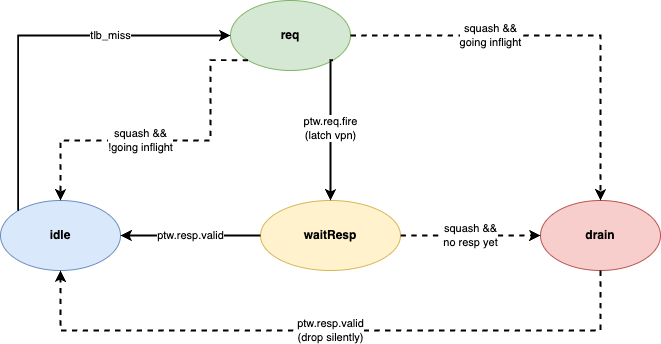
KINGFIOX/hitsz-bachelor-typst keeps this draw.io diagram as main/images/ifu-ptw-fsm.png. Above is the earlier version. Source tidied: cells renumbered, new cells last; positions are measured from the earlier drawing's top-left corner, leaving out a move shared by most shapes.
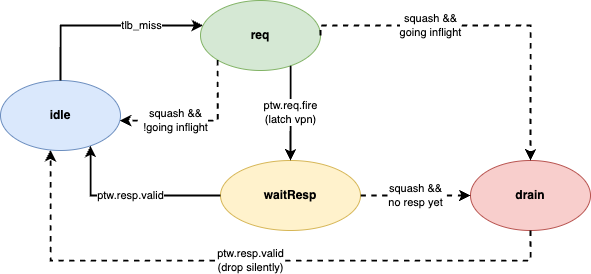
The same file after the commit.

What changed in the source:
```diff
@@ -3,64 +3,63 @@
     <mxCell id="0" />
     <mxCell id="1" parent="0" />
     <mxCell id="2" value="idle" style="ellipse;whiteSpace=wrap;html=1;fillColor=#dae8fc;strokeColor=#6c8ebf;fontStyle=1;" parent="1" vertex="1">
-      <mxGeometry y="200" width="120" height="70" as="geometry" />
+      <mxGeometry x="20" y="90" width="120" height="70" as="geometry" />
     </mxCell>
     <mxCell id="3" value="req" style="ellipse;whiteSpace=wrap;html=1;fillColor=#d5e8d4;strokeColor=#82b366;fontStyle=1;" parent="1" vertex="1">
-      <mxGeometry x="230" width="120" height="70" as="geometry" />
+      <mxGeometry x="220" y="10" width="120" height="70" as="geometry" />
     </mxCell>
     <mxCell id="4" value="waitResp" style="ellipse;whiteSpace=wrap;html=1;fillColor=#fff2cc;strokeColor=#d6b656;fontStyle=1;" parent="1" vertex="1">
-      <mxGeometry x="260" y="200" width="140" height="70" as="geometry" />
+      <mxGeometry x="240" y="170" width="140" height="70" as="geometry" />
     </mxCell>
     <mxCell id="5" value="drain" style="ellipse;whiteSpace=wrap;html=1;fillColor=#f8cecc;strokeColor=#b85450;fontStyle=1;" parent="1" vertex="1">
-      <mxGeometry x="540" y="200" width="120" height="70" as="geometry" />
+      <mxGeometry x="490" y="170" width="120" height="70" as="geometry" />
     </mxCell>
-    <mxCell id="6" value="tlb_miss" style=" endArrow=classic;edgeStyle=orthogonalEdgeStyle;rounded=0;html=1;strokeWidth=1.8;exitX=0;exitY=0;exitDx=0;exitDy=0;" parent="1" edge="1" source="2" target="3">
+    <mxCell id="6" value="tlb_miss" style=" endArrow=classic;edgeStyle=orthogonalEdgeStyle;rounded=0;html=1;strokeWidth=1.8;" parent="1" edge="1" target="3">
       <mxGeometry x="0.38" relative="1" as="geometry">
+        <mxPoint x="80" y="90" as="sourcePoint" />
         <Array as="points">
-          <mxPoint x="18" y="35" />
+          <mxPoint x="80" y="35" />
         </Array>
       </mxGeometry>
     </mxCell>
-    <mxCell id="7" value="ptw.req.fire&#10;(latch vpn)" style=" endArrow=classic;edgeStyle=orthogonalEdgeStyle;rounded=0;html=1;strokeWidth=1.8;exitX=1;exitY=1;exitDx=0;exitDy=0;entryX=0.5;entryY=0;entryDx=0;entryDy=0;" parent="1" edge="1" source="3" target="4">
+    <mxCell id="7" value="ptw.req.fire&#10;(latch vpn)" style=" endArrow=classic;edgeStyle=orthogonalEdgeStyle;rounded=0;html=1;strokeWidth=1.8;" parent="1" edge="1" source="3" target="4">
       <mxGeometry relative="1" as="geometry">
         <Array as="points">
-          <mxPoint x="330" y="60" />
+          <mxPoint x="310" y="120" />
+          <mxPoint x="310" y="120" />
         </Array>
       </mxGeometry>
     </mxCell>
     <mxCell id="8" value="ptw.resp.valid" style=" endArrow=classic;edgeStyle=orthogonalEdgeStyle;rounded=0;html=1;strokeWidth=1.8;" parent="1" edge="1" source="4" target="2">
       <mxGeometry relative="1" as="geometry">
         <Array as="points">
-          <mxPoint x="200" y="235" />
-          <mxPoint x="200" y="235" />
+          <mxPoint x="110" y="205" />
         </Array>
       </mxGeometry>
     </mxCell>
     <mxCell id="9" value="squash &amp;&amp;&#10;going inflight" style=" endArrow=classic;edgeStyle=orthogonalEdgeStyle;rounded=0;html=1;strokeWidth=1.8;dashed=1;exitX=1;exitY=0.5;exitDx=0;exitDy=0;" parent="1" edge="1" source="3" target="5">
       <mxGeometry x="-0.33" relative="1" as="geometry">
         <Array as="points">
-          <mxPoint x="600" y="35" />
+          <mxPoint x="340" y="35" />
+          <mxPoint x="550" y="35" />
         </Array>
       </mxGeometry>
     </mxCell>
     <mxCell id="10" value="squash &amp;&amp;&#10;no resp yet" style=" endArrow=classic;edgeStyle=orthogonalEdgeStyle;rounded=0;html=1;strokeWidth=1.8;dashed=1;" parent="1" edge="1" source="4" target="5">
       <mxGeometry relative="1" as="geometry" />
     </mxCell>
-    <mxCell id="11" value="ptw.resp.valid&#10;(drop silently)" style=" endArrow=classic;edgeStyle=orthogonalEdgeStyle;rounded=0;html=1;strokeWidth=1.8;dashed=1;" parent="1" edge="1" source="5">
+    <mxCell id="11" value="ptw.resp.valid&#10;(drop silently)" style=" endArrow=classic;edgeStyle=orthogonalEdgeStyle;rounded=0;html=1;strokeWidth=1.8;dashed=1;" parent="1" edge="1" source="5" target="2">
       <mxGeometry relative="1" as="geometry">
-        <mxPoint x="60" y="270" as="targetPoint" />
         <Array as="points">
-          <mxPoint x="600" y="330" />
-          <mxPoint x="60" y="330" />
+          <mxPoint x="550" y="270" />
+          <mxPoint x="70" y="270" />
         </Array>
       </mxGeometry>
     </mxCell>
-    <mxCell id="12" value="squash &amp;&amp;&#10;!going inflight" style=" endArrow=classic;edgeStyle=orthogonalEdgeStyle;rounded=0;html=1;strokeWidth=1.8;dashed=1;exitY=1;entryY=0;entryX=0.5;entryDx=0;entryDy=0;exitX=0;exitDx=0;exitDy=0;" parent="1" edge="1" source="3" target="2">
-      <mxGeometry x="0.15" relative="1" as="geometry">
+    <mxCell id="12" value="squash &amp;&amp;&#10;!going inflight" style=" endArrow=classic;edgeStyle=orthogonalEdgeStyle;rounded=0;html=1;strokeWidth=1.8;dashed=1;exitY=1;exitX=0;exitDx=0;exitDy=0;" parent="1" edge="1" source="3" target="2">
+      <mxGeometry x="0.29" relative="1" as="geometry">
         <Array as="points">
-          <mxPoint x="210" y="60" />
-          <mxPoint x="210" y="140" />
-          <mxPoint x="60" y="140" />
+          <mxPoint x="237" y="130" />
         </Array>
       </mxGeometry>
     </mxCell>
```
